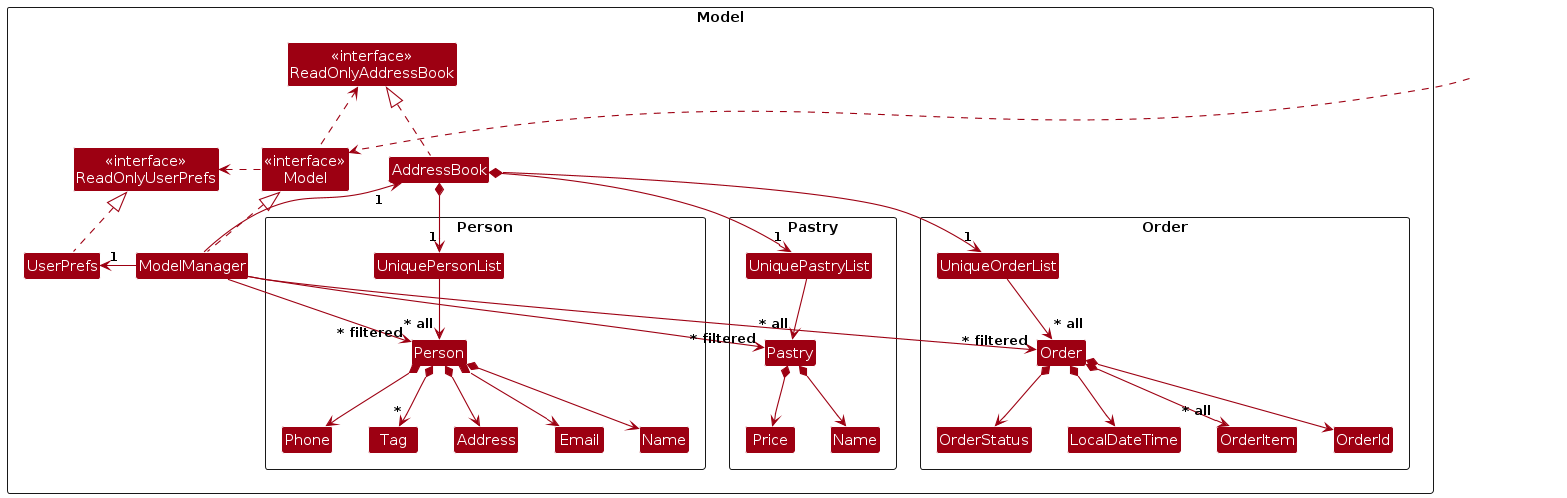
Before: diagrams/ModelClassDiagram.png, a diagram exported from PlantUML (AY2425S2-CS2103T-F13-2/tp). Its source is kept beside it as diagrams/ModelClassDiagram.puml. Its diagram source:
```plantuml
@startuml
!include style.puml
skinparam arrowThickness 1.1
skinparam arrowColor MODEL_COLOR
skinparam classBackgroundColor MODEL_COLOR

Package Model as ModelPackage <<Rectangle>>{
Class "<<interface>>\nReadOnlyAddressBook" as ReadOnlyAddressBook
Class "<<interface>>\nReadOnlyUserPrefs" as ReadOnlyUserPrefs
Class "<<interface>>\nModel" as Model
Class AddressBook
Class ModelManager
Class UserPrefs

Package Person as ModelPerson <<Rectangle>>{
Class UniquePersonList
Class Person
Class Address
Class Email
Class Name
Class Phone
Class Tag
}

Package Pastry as ModelPastry <<Rectangle>> {
Class UniquePastryList
Class Pastry
Class "Name" as PName
Class Price
}

Package Order as ModelOrder<<Rectangle>> {
Class UniqueOrderList
Class Order
Class OrderId
Class OrderStatus
Class LocalDateTime
Class OrderItem
}


Class I #FFFFFF
}

Class HiddenOutside #FFFFFF
HiddenOutside ..> Model

AddressBook .up.|> ReadOnlyAddressBook

ModelManager .up.|> Model
Model .right.> ReadOnlyUserPrefs
Model .up.> ReadOnlyAddressBook
ModelManager -left-> "1" AddressBook
ModelManager -right-> "1" UserPrefs
ModelManager -left[hidden]- UniqueOrderList
UserPrefs .up.|> ReadOnlyUserPrefs

ModelManager --> "~* filtered" Person
ModelManager --> "~* filtered" Pastry
ModelManager --> "~* filtered" Order

AddressBook *--> "1" UniquePersonList
UniquePersonList --> "~* all" Person
Person *--> Name
Person *--> Phone
Person *--> Email
Person *--> Address
Person *--> "*" Tag

AddressBook *--> "1" UniquePastryList
UniquePastryList --> "~* all" Pastry
Pastry *--> PName
Pastry *--> Price

AddressBook *--> "1" UniqueOrderList
UniqueOrderList --> "~* all" Order
Order *--> OrderId
Order *--> OrderStatus
Order *--> LocalDateTime
Order *--> "~* all" OrderItem





@enduml
```
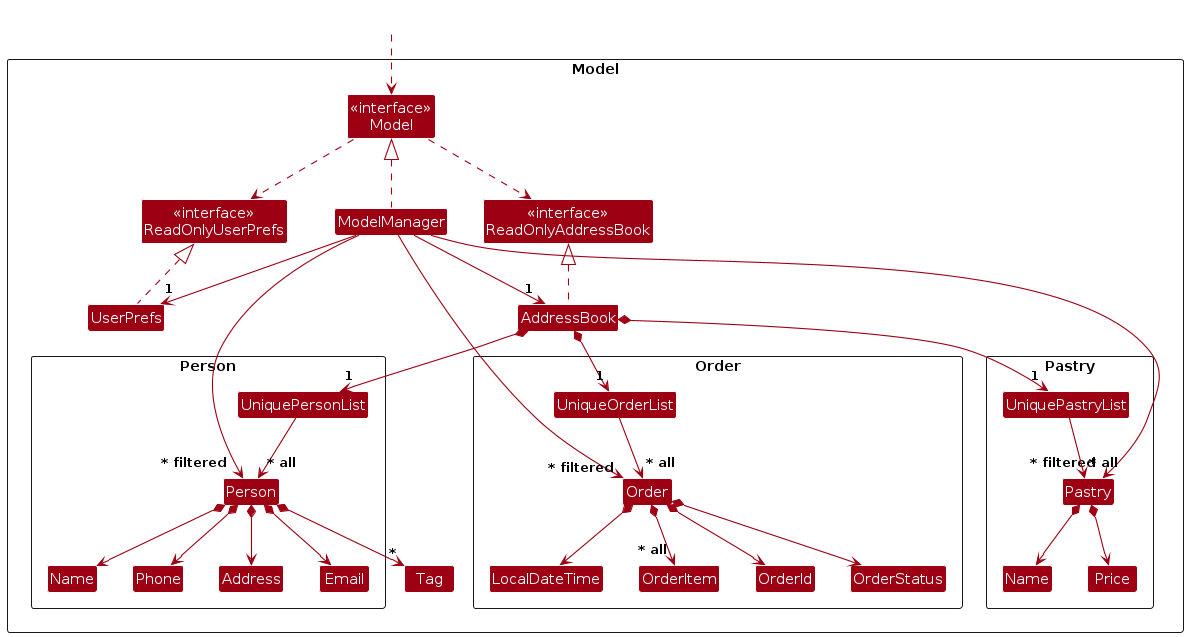
After the change.

Diff of the diagram source:
```diff
@@ -19,8 +19,8 @@
 Class Email
 Class Name
 Class Phone
+}
 Class Tag
-}
 
 Package Pastry as ModelPastry <<Rectangle>> {
 Class UniquePastryList
@@ -48,11 +48,10 @@
 AddressBook .up.|> ReadOnlyAddressBook
 
 ModelManager .up.|> Model
-Model .right.> ReadOnlyUserPrefs
-Model .up.> ReadOnlyAddressBook
-ModelManager -left-> "1" AddressBook
-ModelManager -right-> "1" UserPrefs
-ModelManager -left[hidden]- UniqueOrderList
+Model ..> ReadOnlyUserPrefs
+Model ..> ReadOnlyAddressBook
+ModelManager --> "1" AddressBook
+ModelManager --> "1" UserPrefs
 UserPrefs .up.|> ReadOnlyUserPrefs
 
 ModelManager --> "~* filtered" Person
```
